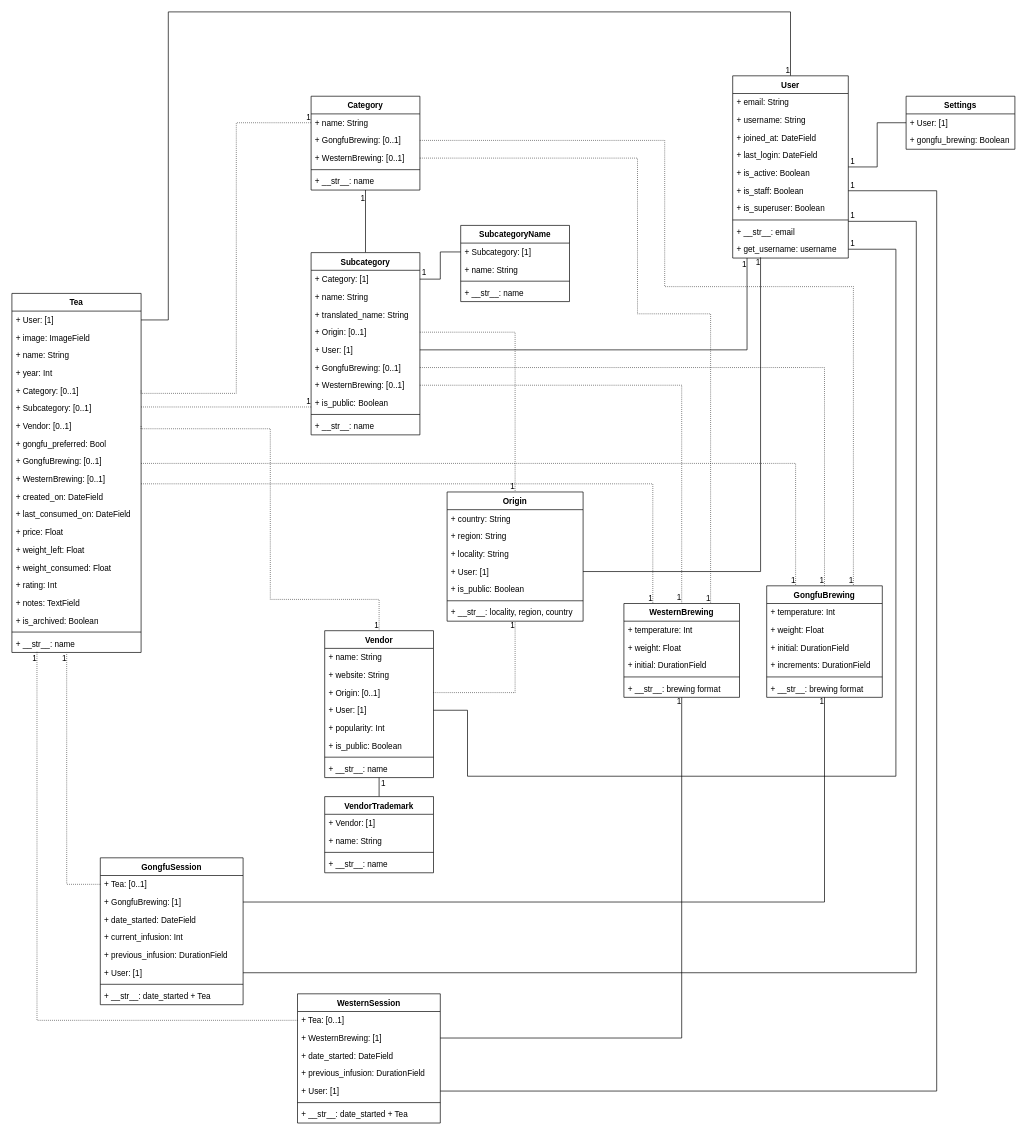
Earlier version of the draw.io diagram tea-shelf.drawio (gopicci/tea-shelf). Source tidied: cells renumbered, new cells numbered last; positions are measured from the earlier drawing's top-left corner, leaving out a move shared by most shapes. Both pictures are drawn from the tidied source at 68%, with x=0, y=0 at pixel (12, 12).
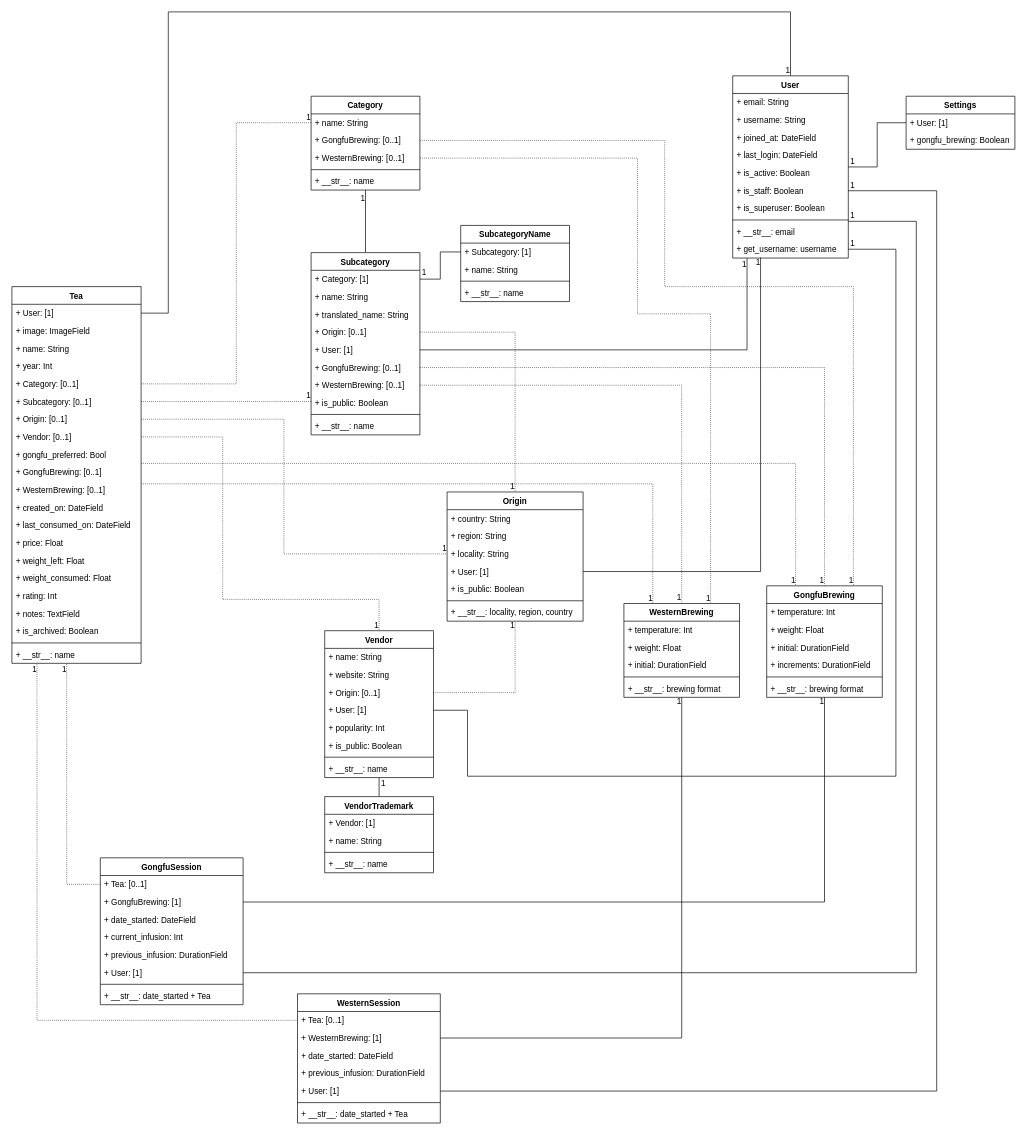
The same diagram, later.

Unchanged cells that the change refers to:
```xml
<mxCell id="47" value="Vendor" style="swimlane;fontStyle=1;align=center;verticalAlign=top;horizontal=1;startSize=26;" parent="1" vertex="1">
  <mxGeometry x="460" y="910" width="160" height="216" as="geometry" />
</mxCell>
<mxCell id="70" value="+ name: String" style="text;strokeColor=none;fillColor=none;align=left;verticalAlign=top;spacingLeft=4;spacingRight=4;overflow=hidden;points=[[0,0.5],[1,0.5]];portConstraint=eastwest;" parent="69" vertex="1">
  <mxGeometry y="26" width="160" height="26" as="geometry" />
</mxCell>
<mxCell id="75" value="User" style="swimlane;fontStyle=1;align=center;verticalAlign=top;horizontal=1;startSize=26;" parent="1" vertex="1">
  <mxGeometry x="1060" y="94" width="170" height="268" as="geometry" />
</mxCell>
<mxCell id="119" value="Subcategory" style="swimlane;fontStyle=1;align=center;verticalAlign=top;horizontal=1;startSize=26;" parent="1" vertex="1">
  <mxGeometry x="440" y="354" width="160" height="268" as="geometry" />
</mxCell>
<mxCell id="133" value="+ locality: String" style="text;strokeColor=none;fillColor=none;align=left;verticalAlign=top;spacingLeft=4;spacingRight=4;overflow=hidden;points=[[0,0.5],[1,0.5]];portConstraint=eastwest;" parent="130" vertex="1">
  <mxGeometry y="78" width="200" height="26" as="geometry" />
</mxCell>
<mxCell id="141" value="+ User: [1]" style="text;strokeColor=none;fillColor=none;align=left;verticalAlign=top;spacingLeft=4;spacingRight=4;overflow=hidden;points=[[0,0.5],[1,0.5]];portConstraint=eastwest;" parent="140" vertex="1">
  <mxGeometry y="26" width="190" height="26" as="geometry" />
</mxCell>
<mxCell id="145" value="+ Category: [0..1]" style="text;strokeColor=none;fillColor=none;align=left;verticalAlign=top;spacingLeft=4;spacingRight=4;overflow=hidden;points=[[0,0.5],[1,0.5]];portConstraint=eastwest;" parent="140" vertex="1">
  <mxGeometry y="130" width="190" height="26" as="geometry" />
</mxCell>
<mxCell id="146" value="+ Subcategory: [0..1]" style="text;strokeColor=none;fillColor=none;align=left;verticalAlign=top;spacingLeft=4;spacingRight=4;overflow=hidden;points=[[0,0.5],[1,0.5]];portConstraint=eastwest;" parent="140" vertex="1">
  <mxGeometry y="156" width="190" height="26" as="geometry" />
</mxCell>
```

Change to the diagram source:
```diff
@@
-    <mxCell id="2" style="endArrow=none;html=1;rounded=0;dashed=1;dashPattern=1 2;strokeColor=#000000;edgeStyle=orthogonalEdgeStyle;" parent="1" edge="1" source="146" target="119">
+    <mxCell id="2" style="endArrow=none;html=1;rounded=0;dashed=1;dashPattern=1 2;strokeColor=#000000;edgeStyle=orthogonalEdgeStyle;exitX=1;exitY=0.5;exitDx=0;exitDy=0;" parent="1" edge="1" source="146" target="119">
       <mxGeometry relative="1" as="geometry">
         <Array as="points">
-          <mxPoint x="350" y="581" />
-          <mxPoint x="350" y="581" />
+          <mxPoint x="310" y="573" />
+          <mxPoint x="310" y="573" />
         </Array>
       </mxGeometry>
     </mxCell>
@@
     <mxCell id="6" style="endArrow=none;html=1;rounded=0;dashed=1;dashPattern=1 2;strokeColor=#000000;align=center;edgeStyle=orthogonalEdgeStyle;exitX=1;exitY=0.5;exitDx=0;exitDy=0;" parent="1" edge="1" source="147" target="47">
       <mxGeometry relative="1" as="geometry">
         <Array as="points">
-          <mxPoint x="380" y="613" />
-          <mxPoint x="380" y="864" />
+          <mxPoint x="310" y="625" />
+          <mxPoint x="310" y="864" />
+          <mxPoint x="540" y="864" />
         </Array>
       </mxGeometry>
     </mxCell>
@@
     <mxCell id="14" style="endArrow=none;html=1;rounded=0;edgeStyle=orthogonalEdgeStyle;exitX=1;exitY=0.5;exitDx=0;exitDy=0;" parent="1" edge="1" source="141" target="75">
       <mxGeometry relative="1" as="geometry">
         <Array as="points">
-          <mxPoint x="230" y="453" />
+          <mxPoint x="230" y="443" />
           <mxPoint x="230" />
           <mxPoint x="1145" />
         </Array>
       </mxGeometry>
     </mxCell>
@@
     <mxCell id="41" style="endArrow=none;html=1;rounded=0;dashed=1;dashPattern=1 2;exitX=1;exitY=0.5;exitDx=0;exitDy=0;edgeStyle=orthogonalEdgeStyle;entryX=0;entryY=0.5;entryDx=0;entryDy=0;" parent="1" edge="1" source="145" target="70">
       <mxGeometry relative="1" as="geometry">
         <Array as="points">
-          <mxPoint x="330" y="561" />
+          <mxPoint x="330" y="547" />
           <mxPoint x="330" y="163" />
         </Array>
       </mxGeometry>
     </mxCell>
@@
     <mxCell id="140" value="Tea" style="swimlane;fontStyle=1;align=center;verticalAlign=top;horizontal=1;startSize=26;" parent="1" vertex="1">
-      <mxGeometry y="414" width="190" height="528" as="geometry" />
+      <mxGeometry y="404" width="190" height="554" as="geometry" />
     </mxCell>
@@
+    <mxCell id="161" value="+ Origin: [0..1]" style="text;strokeColor=none;fillColor=none;align=left;verticalAlign=top;spacingLeft=4;spacingRight=4;overflow=hidden;points=[[0,0.5],[1,0.5]];portConstraint=eastwest;" parent="140" vertex="1">
+      <mxGeometry y="182" width="190" height="26" as="geometry" />
+    </mxCell>
     <mxCell id="147" value="+ Vendor: [0..1]" style="text;strokeColor=none;fillColor=none;align=left;verticalAlign=top;spacingLeft=4;spacingRight=4;overflow=hidden;points=[[0,0.5],[1,0.5]];portConstraint=eastwest;" parent="140" vertex="1">
-      <mxGeometry y="182" width="190" height="26" as="geometry" />
+      <mxGeometry y="208" width="190" height="26" as="geometry" />
     </mxCell>
     <mxCell id="148" value="+ gongfu_preferred: Bool" style="text;strokeColor=none;fillColor=none;align=left;verticalAlign=top;spacingLeft=4;spacingRight=4;overflow=hidden;" parent="140" vertex="1">
-      <mxGeometry y="208" width="190" height="26" as="geometry" />
+      <mxGeometry y="234" width="190" height="26" as="geometry" />
     </mxCell>
     <mxCell id="149" value="+ GongfuBrewing: [0..1]" style="text;strokeColor=none;fillColor=none;align=left;verticalAlign=top;spacingLeft=4;spacingRight=4;overflow=hidden;points=[[0,0.5],[1,0.5]];portConstraint=eastwest;" parent="140" vertex="1">
-      <mxGeometry y="234" width="190" height="26" as="geometry" />
+      <mxGeometry y="260" width="190" height="26" as="geometry" />
     </mxCell>
     <mxCell id="150" value="+ WesternBrewing: [0..1]" style="text;strokeColor=none;fillColor=none;align=left;verticalAlign=top;spacingLeft=4;spacingRight=4;overflow=hidden;points=[[0,0.5],[1,0.5]];portConstraint=eastwest;" parent="140" vertex="1">
-      <mxGeometry y="260" width="190" height="26" as="geometry" />
+      <mxGeometry y="286" width="190" height="26" as="geometry" />
     </mxCell>
     <mxCell id="151" value="+ created_on: DateField" style="text;strokeColor=none;fillColor=none;align=left;verticalAlign=top;spacingLeft=4;spacingRight=4;overflow=hidden;" parent="140" vertex="1">
-      <mxGeometry y="286" width="190" height="26" as="geometry" />
+      <mxGeometry y="312" width="190" height="26" as="geometry" />
     </mxCell>
     <mxCell id="152" value="+ last_consumed_on: DateField" style="text;strokeColor=none;fillColor=none;align=left;verticalAlign=top;spacingLeft=4;spacingRight=4;overflow=hidden;" parent="140" vertex="1">
-      <mxGeometry y="312" width="190" height="26" as="geometry" />
+      <mxGeometry y="338" width="190" height="26" as="geometry" />
     </mxCell>
     <mxCell id="153" value="+ price: Float" style="text;strokeColor=none;fillColor=none;align=left;verticalAlign=top;spacingLeft=4;spacingRight=4;overflow=hidden;" parent="140" vertex="1">
-      <mxGeometry y="338" width="190" height="26" as="geometry" />
+      <mxGeometry y="364" width="190" height="26" as="geometry" />
     </mxCell>
     <mxCell id="154" value="+ weight_left: Float" style="text;strokeColor=none;fillColor=none;align=left;verticalAlign=top;spacingLeft=4;spacingRight=4;overflow=hidden;" parent="140" vertex="1">
-      <mxGeometry y="364" width="190" height="26" as="geometry" />
+      <mxGeometry y="390" width="190" height="26" as="geometry" />
     </mxCell>
     <mxCell id="155" value="+ weight_consumed: Float" style="text;strokeColor=none;fillColor=none;align=left;verticalAlign=top;spacingLeft=4;spacingRight=4;overflow=hidden;" parent="140" vertex="1">
-      <mxGeometry y="390" width="190" height="26" as="geometry" />
+      <mxGeometry y="416" width="190" height="26" as="geometry" />
     </mxCell>
     <mxCell id="156" value="+ rating: Int" style="text;strokeColor=none;fillColor=none;align=left;verticalAlign=top;spacingLeft=4;spacingRight=4;overflow=hidden;" parent="140" vertex="1">
-      <mxGeometry y="416" width="190" height="26" as="geometry" />
+      <mxGeometry y="442" width="190" height="26" as="geometry" />
     </mxCell>
     <mxCell id="157" value="+ notes: TextField" style="text;strokeColor=none;fillColor=none;align=left;verticalAlign=top;spacingLeft=4;spacingRight=4;overflow=hidden;" parent="140" vertex="1">
-      <mxGeometry y="442" width="190" height="26" as="geometry" />
+      <mxGeometry y="468" width="190" height="26" as="geometry" />
     </mxCell>
     <mxCell id="158" value="+ is_archived: Boolean" style="text;strokeColor=none;fillColor=none;align=left;verticalAlign=top;spacingLeft=4;spacingRight=4;overflow=hidden;" parent="140" vertex="1">
-      <mxGeometry y="468" width="190" height="26" as="geometry" />
+      <mxGeometry y="494" width="190" height="26" as="geometry" />
     </mxCell>
     <mxCell id="159" style="line;strokeWidth=1;fillColor=none;align=left;verticalAlign=middle;spacingTop=-1;spacingLeft=3;spacingRight=3;labelPosition=right;" parent="140" vertex="1">
-      <mxGeometry y="494" width="190" height="8" as="geometry" />
+      <mxGeometry y="520" width="190" height="8" as="geometry" />
     </mxCell>
     <mxCell id="160" value="+ __str__: name" style="text;strokeColor=none;fillColor=none;align=left;verticalAlign=top;spacingLeft=4;spacingRight=4;overflow=hidden;points=[[0,0.5],[1,0.5]];portConstraint=eastwest;" parent="140" vertex="1">
-      <mxGeometry y="502" width="190" height="26" as="geometry" />
+      <mxGeometry y="528" width="190" height="26" as="geometry" />
     </mxCell>
+    <mxCell id="162" style="endArrow=none;html=1;rounded=0;dashed=1;dashPattern=1 2;edgeStyle=orthogonalEdgeStyle;entryX=0;entryY=0.5;entryDx=0;entryDy=0;exitX=1;exitY=0.5;exitDx=0;exitDy=0;" parent="1" edge="1" source="161" target="133">
+      <mxGeometry relative="1" as="geometry">
+        <Array as="points">
+          <mxPoint x="400" y="599" />
+          <mxPoint x="400" y="797" />
+        </Array>
+      </mxGeometry>
+    </mxCell>
+    <mxCell id="163" value="1" style="html=1;align=right;verticalAlign=bottom;" parent="162" vertex="1">
+      <mxGeometry x="1" relative="1" as="geometry" />
+    </mxCell>
```
